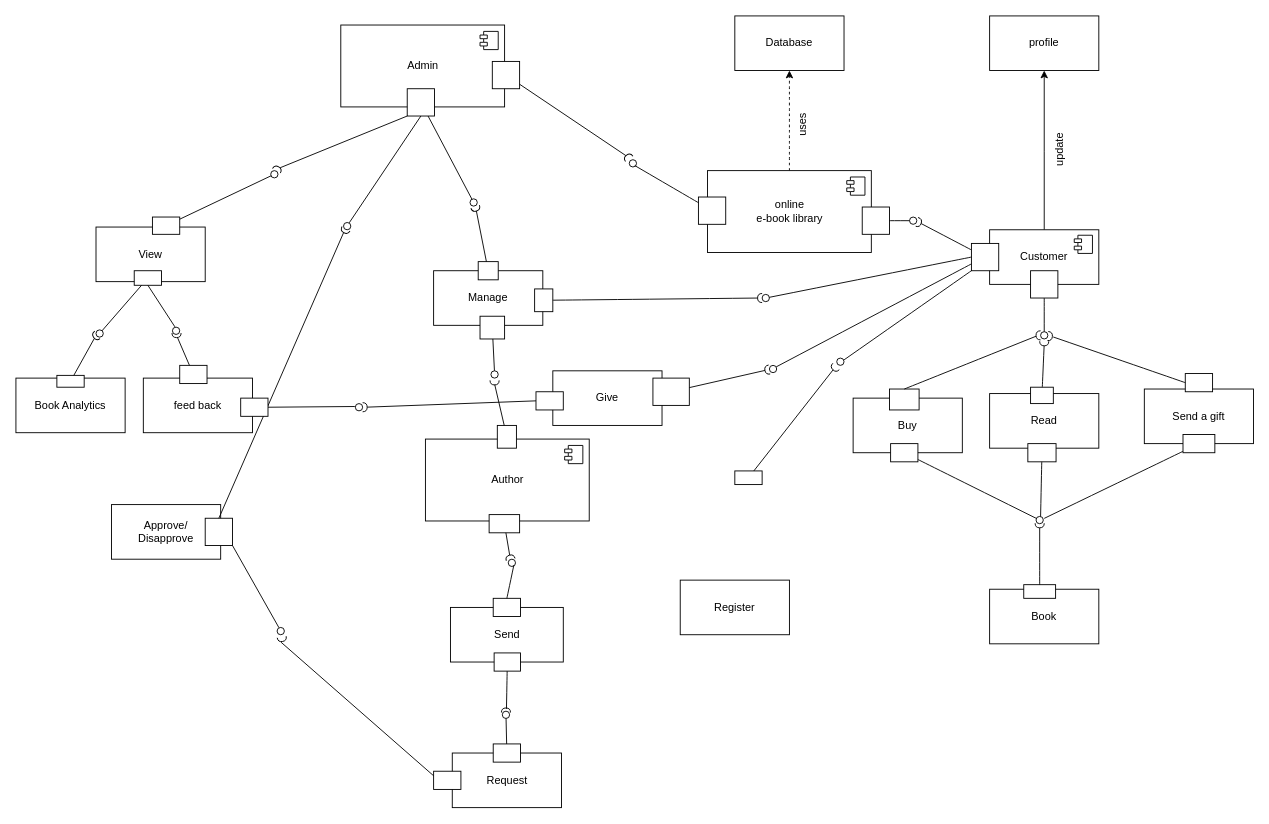
The draw.io diagram Untitled Diagram.drawio in SolomonSitotaw23/Todo-react.js, before the edit. Source tidied: cells renumbered, new cells numbered last; positions are measured from the earlier drawing's top-left corner, leaving out a move shared by most shapes. Both pictures are drawn from the tidied source at 91%, with x=0, y=0 at pixel (15, 15).
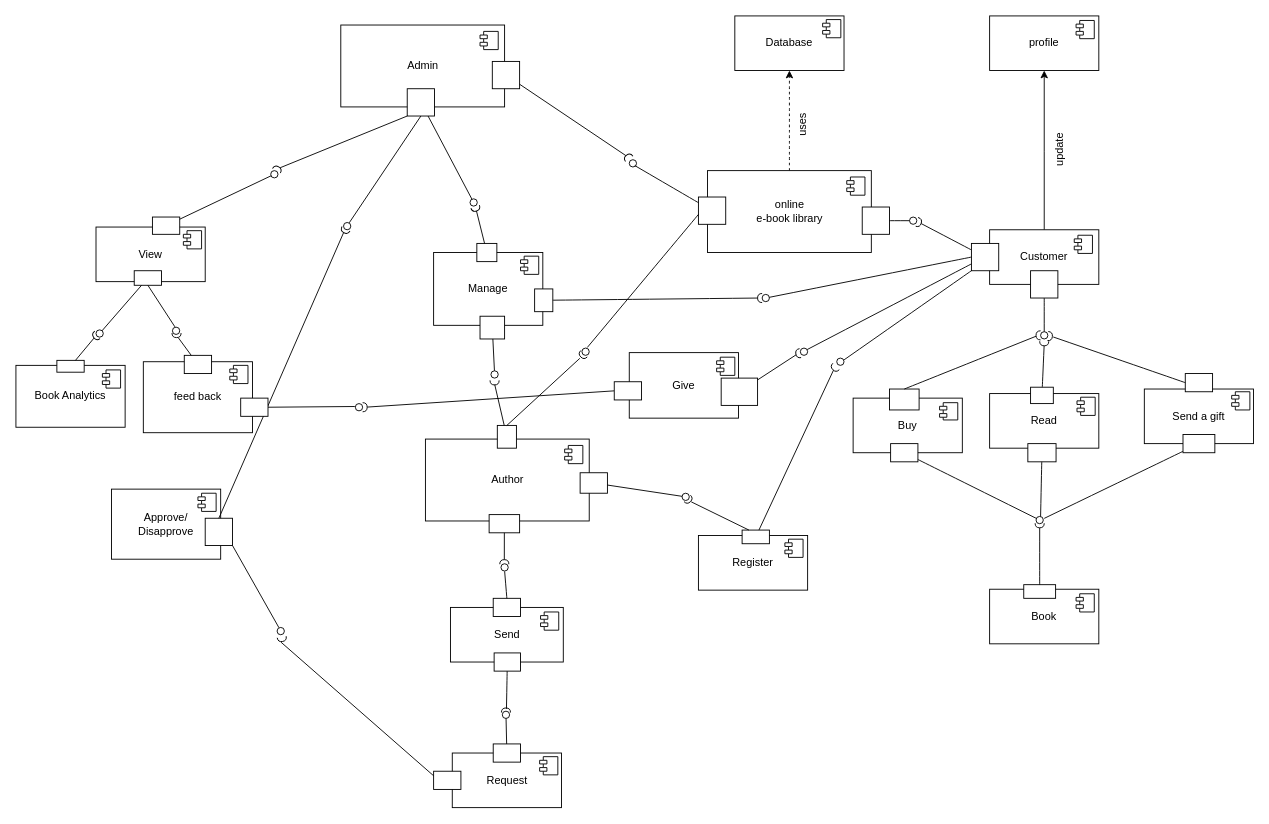
The same page after the edit.

Unchanged cells that the change refers to:
```xml
<mxCell id="23" style="html=1;rounded=0;" parent="1" vertex="1">
  <mxGeometry x="750" y="199" width="30" height="30" as="geometry" />
</mxCell>
<mxCell id="44" style="html=1;rounded=0;" parent="1" vertex="1">
  <mxGeometry x="529" y="450" width="21" height="25" as="geometry" />
</mxCell>
<mxCell id="87" style="html=1;rounded=0;" parent="1" vertex="1">
  <mxGeometry x="524.5" y="640" width="30" height="20" as="geometry" />
</mxCell>
```

Diff of the diagram source:
```diff
@@
     <mxCell id="29" value="Manage" style="whiteSpace=wrap;html=1;rounded=0;" parent="1" vertex="1">
-      <mxGeometry x="459" y="280" width="120" height="60" as="geometry" />
+      <mxGeometry x="459" y="260" width="120" height="80" as="geometry" />
     </mxCell>
@@
     <mxCell id="38" style="html=1;rounded=0;" parent="1" vertex="1">
-      <mxGeometry x="508" y="270" width="22" height="20" as="geometry" />
+      <mxGeometry x="506.5" y="250" width="22" height="20" as="geometry" />
     </mxCell>
@@
-    <mxCell id="49" style="shape=requiredInterface;html=1;fontSize=11;align=center;fillColor=none;points=[];verticalAlign=bottom;labelPosition=center;verticalLabelPosition=top;flipH=1;rotation=75;" parent="1" vertex="1">
-      <mxGeometry x="540.5" y="590" width="5" height="10" as="geometry" />
+    <mxCell id="49" style="shape=requiredInterface;html=1;fontSize=11;align=center;fillColor=none;points=[];verticalAlign=bottom;labelPosition=center;verticalLabelPosition=top;flipH=1;rotation=90;" parent="1" vertex="1">
+      <mxGeometry x="534.2" y="595" width="5" height="10" as="geometry" />
     </mxCell>
@@
     <mxCell id="57" value="Approve/&lt;br&gt;Disapprove" style="whiteSpace=wrap;html=1;rounded=0;" parent="1" vertex="1">
-      <mxGeometry x="105" y="537" width="120" height="60" as="geometry" />
+      <mxGeometry x="105" y="520" width="120" height="77" as="geometry" />
     </mxCell>
@@
-    <mxCell id="88" style="endArrow=none;html=1;rounded=0;align=center;verticalAlign=top;endFill=0;labelBackgroundColor=none;endSize=2;strokeColor=default;curved=1;exitX=0.5;exitY=0;exitDx=0;exitDy=0;entryX=0.227;entryY=0.819;entryDx=0;entryDy=0;entryPerimeter=0;" parent="1" edge="1" source="87" target="89">
+    <mxCell id="88" style="endArrow=none;html=1;rounded=0;align=center;verticalAlign=top;endFill=0;labelBackgroundColor=none;endSize=2;strokeColor=default;curved=1;exitX=0.5;exitY=0;exitDx=0;exitDy=0;entryX=0.493;entryY=1.053;entryDx=0;entryDy=0;entryPerimeter=0;" parent="1" edge="1" source="87" target="89">
       <mxGeometry relative="1" as="geometry" />
     </mxCell>
     <mxCell id="89" style="ellipse;html=1;fontSize=11;align=center;fillColor=none;points=[];verticalAlign=bottom;labelPosition=center;verticalLabelPosition=top;flipH=1;" parent="1" vertex="1">
-      <mxGeometry x="541" y="597" width="8" height="8" as="geometry" />
+      <mxGeometry x="533" y="602" width="8" height="8" as="geometry" />
     </mxCell>
@@
     <mxCell id="101" value="Book Analytics" style="whiteSpace=wrap;html=1;rounded=0;" parent="1" vertex="1">
-      <mxGeometry y="398" width="120" height="60" as="geometry" />
+      <mxGeometry y="384" width="120" height="68" as="geometry" />
     </mxCell>
     <mxCell id="102" style="html=1;rounded=0;" parent="1" vertex="1">
-      <mxGeometry x="45" y="395" width="30" height="13" as="geometry" />
+      <mxGeometry x="45" y="378.5" width="30" height="13" as="geometry" />
     </mxCell>
@@
     <mxCell id="112" value="feed back" style="whiteSpace=wrap;html=1;rounded=0;" parent="1" vertex="1">
-      <mxGeometry x="140" y="398" width="120" height="60" as="geometry" />
+      <mxGeometry x="140" y="380" width="120" height="78" as="geometry" />
     </mxCell>
     <mxCell id="113" style="html=1;rounded=0;" parent="1" vertex="1">
-      <mxGeometry x="180" y="384" width="30" height="20" as="geometry" />
+      <mxGeometry x="185" y="373" width="30" height="20" as="geometry" />
     </mxCell>
@@
     <mxCell id="121" value="Give" style="whiteSpace=wrap;html=1;rounded=0;" parent="1" vertex="1">
-      <mxGeometry x="590" y="390" width="120" height="60" as="geometry" />
+      <mxGeometry x="674" y="370" width="120" height="72" as="geometry" />
     </mxCell>
     <mxCell id="122" style="html=1;rounded=0;" parent="1" vertex="1">
-      <mxGeometry x="571.5" y="413" width="30" height="20" as="geometry" />
+      <mxGeometry x="657.5" y="402" width="30" height="20" as="geometry" />
     </mxCell>
@@
     <mxCell id="124" style="ellipse;html=1;fontSize=11;align=center;fillColor=none;points=[];verticalAlign=bottom;labelPosition=center;verticalLabelPosition=top;flipH=1;" parent="1" vertex="1">
-      <mxGeometry x="828" y="384" width="8" height="8" as="geometry" />
+      <mxGeometry x="862" y="365" width="8" height="8" as="geometry" />
     </mxCell>
     <mxCell id="125" style="html=1;rounded=0;" parent="1" vertex="1">
-      <mxGeometry x="700" y="398" width="40" height="30" as="geometry" />
+      <mxGeometry x="775" y="398" width="40" height="30" as="geometry" />
     </mxCell>
@@
     <mxCell id="127" style="shape=requiredInterface;html=1;fontSize=11;align=center;fillColor=none;points=[];verticalAlign=bottom;labelPosition=center;verticalLabelPosition=top;flipH=1;rotation=-10;" parent="1" vertex="1">
-      <mxGeometry x="823" y="384" width="5" height="10" as="geometry" />
+      <mxGeometry x="857" y="366" width="5" height="10" as="geometry" />
     </mxCell>
     <mxCell id="128" value="Register" style="whiteSpace=wrap;html=1;rounded=0;" parent="1" vertex="1">
-      <mxGeometry x="730" y="620" width="120" height="60" as="geometry" />
+      <mxGeometry x="750" y="571" width="120" height="60" as="geometry" />
     </mxCell>
@@
     <mxCell id="131" style="html=1;rounded=0;" parent="1" vertex="1">
-      <mxGeometry x="790" y="500" width="30" height="15" as="geometry" />
+      <mxGeometry x="798" y="565" width="30" height="15" as="geometry" />
     </mxCell>
@@
+    <mxCell id="134" style="html=1;rounded=0;" parent="1" vertex="1">
+      <mxGeometry x="620" y="502" width="30" height="22.5" as="geometry" />
+    </mxCell>
+    <mxCell id="135" style="endArrow=none;html=1;rounded=0;align=center;verticalAlign=top;endFill=0;labelBackgroundColor=none;endSize=2;strokeColor=default;" parent="1" edge="1" source="134" target="136">
+      <mxGeometry relative="1" as="geometry" />
+    </mxCell>
+    <mxCell id="136" style="ellipse;html=1;fontSize=11;align=center;fillColor=none;points=[];verticalAlign=bottom;labelPosition=center;verticalLabelPosition=top;flipH=1;" parent="1" vertex="1">
+      <mxGeometry x="732" y="524.5" width="8" height="8" as="geometry" />
+    </mxCell>
+    <mxCell id="137" style="endArrow=none;html=1;rounded=0;align=center;verticalAlign=top;endFill=0;labelBackgroundColor=none;endSize=2;strokeColor=default;exitX=0.25;exitY=0;exitDx=0;exitDy=0;entryX=1.144;entryY=0.544;entryDx=0;entryDy=0;entryPerimeter=0;" parent="1" edge="1" source="131" target="138">
+      <mxGeometry relative="1" as="geometry" />
+    </mxCell>
+    <mxCell id="138" style="shape=requiredInterface;html=1;fontSize=11;align=center;fillColor=none;points=[];verticalAlign=bottom;labelPosition=center;verticalLabelPosition=top;flipH=1;rotation=-135;" parent="1" vertex="1">
+      <mxGeometry x="737" y="527" width="5" height="10" as="geometry" />
+    </mxCell>
+    <mxCell id="139" style="endArrow=none;html=1;rounded=0;align=center;verticalAlign=top;endFill=0;labelBackgroundColor=none;endSize=2;curved=1;exitX=0.011;exitY=0.626;exitDx=0;exitDy=0;exitPerimeter=0;entryX=0.27;entryY=-0.079;entryDx=0;entryDy=0;entryPerimeter=0;" parent="1" edge="1" source="23" target="140">
+      <mxGeometry relative="1" as="geometry" />
+    </mxCell>
+    <mxCell id="140" style="ellipse;html=1;fontSize=11;align=center;fillColor=none;points=[];verticalAlign=bottom;labelPosition=center;verticalLabelPosition=top;flipH=1;" parent="1" vertex="1">
+      <mxGeometry x="622" y="365" width="8" height="8" as="geometry" />
+    </mxCell>
+    <mxCell id="141" style="endArrow=none;html=1;rounded=0;align=center;verticalAlign=top;endFill=0;labelBackgroundColor=none;endSize=2;exitX=0.5;exitY=0;exitDx=0;exitDy=0;entryX=1.365;entryY=0.532;entryDx=0;entryDy=0;entryPerimeter=0;" parent="1" edge="1" source="44" target="142">
+      <mxGeometry relative="1" as="geometry" />
+    </mxCell>
+    <mxCell id="142" style="shape=requiredInterface;html=1;fontSize=11;align=center;fillColor=none;points=[];verticalAlign=bottom;labelPosition=center;verticalLabelPosition=top;flipH=1;rotation=-45;" parent="1" vertex="1">
+      <mxGeometry x="620" y="368" width="5" height="10" as="geometry" />
+    </mxCell>
+    <mxCell id="143" style="shape=module;jettyWidth=8;jettyHeight=4;" parent="1" vertex="1">
+      <mxGeometry x="770" y="375" width="20" height="20" as="geometry" />
+    </mxCell>
+    <mxCell id="144" style="shape=module;jettyWidth=8;jettyHeight=4;" parent="1" vertex="1">
+      <mxGeometry x="1015" y="425" width="20" height="19" as="geometry" />
+    </mxCell>
+    <mxCell id="145" style="shape=module;jettyWidth=8;jettyHeight=4;" parent="1" vertex="1">
+      <mxGeometry x="1166" y="419" width="20" height="20" as="geometry" />
+    </mxCell>
+    <mxCell id="146" style="shape=module;jettyWidth=8;jettyHeight=4;" parent="1" vertex="1">
+      <mxGeometry x="1336" y="413" width="20" height="20" as="geometry" />
+    </mxCell>
+    <mxCell id="147" style="shape=module;jettyWidth=8;jettyHeight=4;" parent="1" vertex="1">
+      <mxGeometry x="1165" y="5" width="20" height="20" as="geometry" />
+    </mxCell>
+    <mxCell id="148" style="shape=module;jettyWidth=8;jettyHeight=4;" parent="1" vertex="1">
+      <mxGeometry x="886.5" y="4" width="20" height="20" as="geometry" />
+    </mxCell>
+    <mxCell id="149" style="shape=module;jettyWidth=8;jettyHeight=4;" parent="1" vertex="1">
+      <mxGeometry x="554.5" y="264" width="20" height="20" as="geometry" />
+    </mxCell>
+    <mxCell id="150" style="shape=module;jettyWidth=8;jettyHeight=4;" parent="1" vertex="1">
+      <mxGeometry x="235" y="384" width="20" height="20" as="geometry" />
+    </mxCell>
+    <mxCell id="151" style="shape=module;jettyWidth=8;jettyHeight=4;" parent="1" vertex="1">
+      <mxGeometry x="95" y="389" width="20" height="20" as="geometry" />
+    </mxCell>
+    <mxCell id="152" style="shape=module;jettyWidth=8;jettyHeight=4;" parent="1" vertex="1">
+      <mxGeometry x="184" y="236" width="20" height="20" as="geometry" />
+    </mxCell>
+    <mxCell id="153" style="shape=module;jettyWidth=8;jettyHeight=4;" parent="1" vertex="1">
+      <mxGeometry x="576.5" y="655" width="20" height="20" as="geometry" />
+    </mxCell>
+    <mxCell id="154" style="shape=module;jettyWidth=8;jettyHeight=4;" parent="1" vertex="1">
+      <mxGeometry x="845" y="575" width="20" height="20" as="geometry" />
+    </mxCell>
+    <mxCell id="155" style="shape=module;jettyWidth=8;jettyHeight=4;" parent="1" vertex="1">
+      <mxGeometry x="1165" y="635" width="20" height="20" as="geometry" />
+    </mxCell>
+    <mxCell id="156" style="shape=module;jettyWidth=8;jettyHeight=4;" parent="1" vertex="1">
+      <mxGeometry x="575.5" y="814" width="20" height="20" as="geometry" />
+    </mxCell>
+    <mxCell id="157" style="shape=module;jettyWidth=8;jettyHeight=4;" parent="1" vertex="1">
+      <mxGeometry x="200" y="524.5" width="20" height="20" as="geometry" />
+    </mxCell>
```
